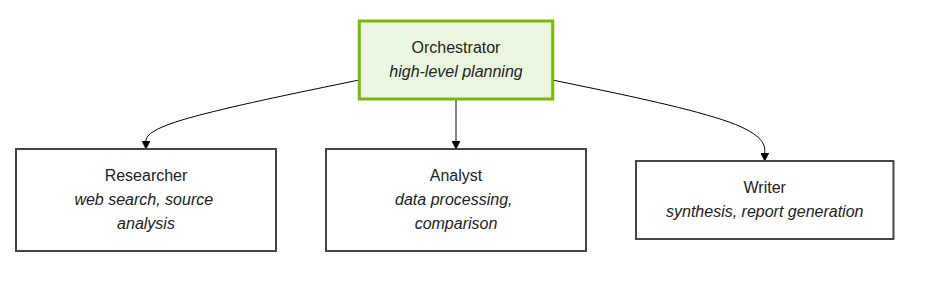
Before: .devx/5-deep-agents/img/hierarchical_delegation.png, a diagram exported from Mermaid (brevdev/workshop-build-an-agent). Its source is kept beside it as .devx/5-deep-agents/img/hierarchical_delegation.mmd. Its diagram source:
```mermaid
---
config:
  theme: 'base'
  themeVariables:
    primaryColor: '#eaf6e0'
    secondaryColor: '#eaf6e0'
    background: white
---

flowchart TB

    Orchestrator["Orchestrator<br/><i>high-level planning</i>"]
    Researcher["Researcher<br/><i>web search, source analysis</i>"]
    Analyst["Analyst<br/><i>data processing, comparison</i>"]
    Writer["Writer<br/><i>synthesis, report generation</i>"]

    Orchestrator --> Researcher
    Orchestrator --> Analyst
    Orchestrator --> Writer

    classDef node fill:#fff,stroke:#444,stroke-width:2px,color:#222;
    classDef orchestrator fill:#eaf6e0,stroke:#76b900,stroke-width:3px,color:#222;
    classDef cluster fill:#eaf6e0,stroke:#76b900,stroke-width:3px,color:#111,rounded corners,shadow;
    class Orchestrator orchestrator;
```
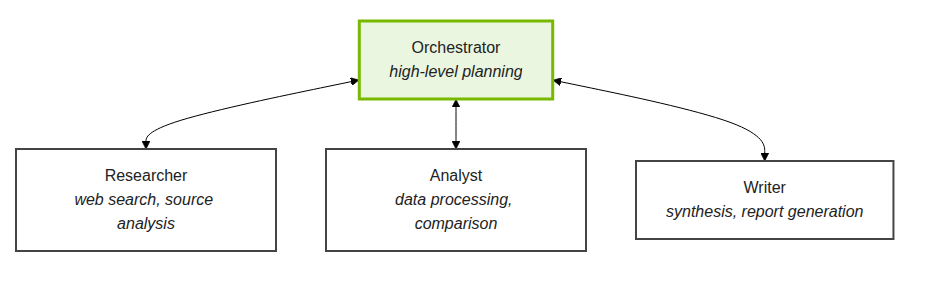
The same diagram one commit later.

What changed in the source:
```diff
@@ -14,9 +14,9 @@
     Analyst["Analyst<br/><i>data processing, comparison</i>"]
     Writer["Writer<br/><i>synthesis, report generation</i>"]
 
-    Orchestrator --> Researcher
-    Orchestrator --> Analyst
-    Orchestrator --> Writer
+    Orchestrator <--> Researcher
+    Orchestrator <--> Analyst
+    Orchestrator <--> Writer
 
     classDef node fill:#fff,stroke:#444,stroke-width:2px,color:#222;
     classDef orchestrator fill:#eaf6e0,stroke:#76b900,stroke-width:3px,color:#222;
```
